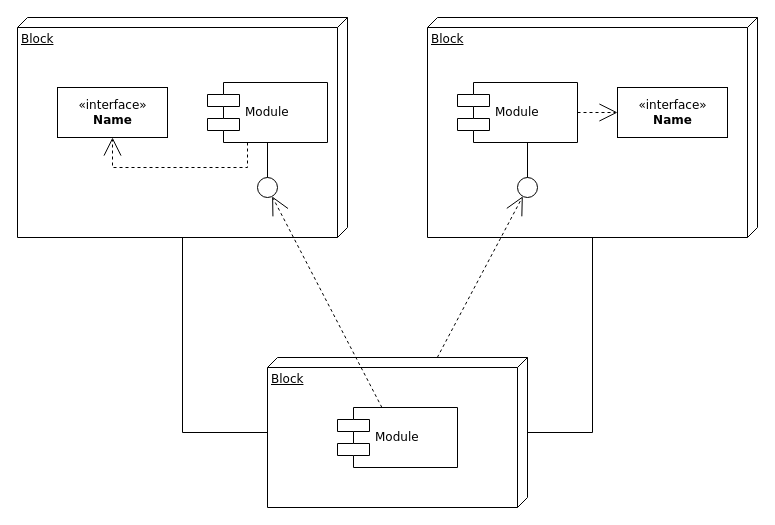
This is Diagrama sin título.drawio from Angie1469/Proyecto, a draw.io file, before an edit. Source tidied: cells renumbered, new cells numbered last; positions are measured from the earlier drawing's top-left corner, leaving out a move shared by most shapes. Both pictures are drawn from the tidied source at 100%, with x=0, y=0 at pixel (17, 17).
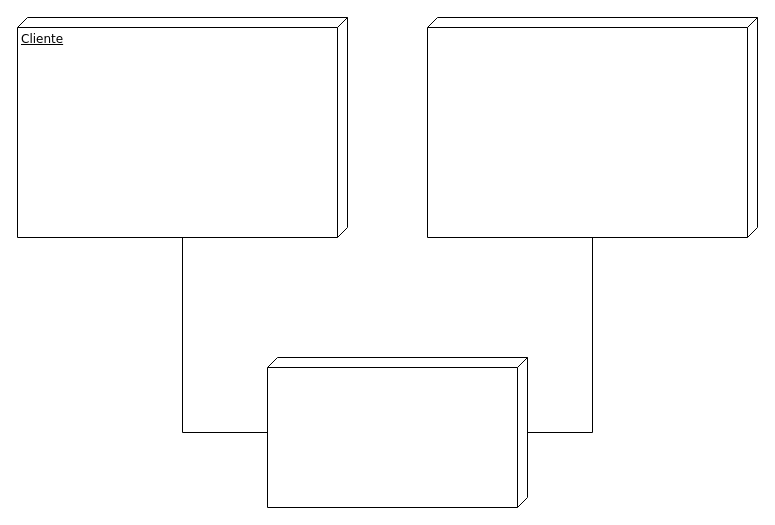
Above is the later version.

Commit message:
Actualizar Diagrama despliegue.drawio

Diff of the diagram source:
```diff
@@
-    <mxCell id="2" value="Block" style="verticalAlign=top;align=left;spacingTop=8;spacingLeft=2;spacingRight=12;shape=cube;size=10;direction=south;fontStyle=4;html=1;rounded=0;shadow=0;comic=0;labelBackgroundColor=none;strokeWidth=1;fontFamily=Verdana;fontSize=12;" parent="1" vertex="1">
+    <mxCell id="2" value="Cliente" style="verticalAlign=top;align=left;spacingTop=8;spacingLeft=2;spacingRight=12;shape=cube;size=10;direction=south;fontStyle=4;html=1;rounded=0;shadow=0;comic=0;labelBackgroundColor=none;strokeWidth=1;fontFamily=Verdana;fontSize=12;" parent="1" vertex="1">
       <mxGeometry width="330" height="220" as="geometry" />
     </mxCell>
-    <mxCell id="3" value="Block" style="verticalAlign=top;align=left;spacingTop=8;spacingLeft=2;spacingRight=12;shape=cube;size=10;direction=south;fontStyle=4;html=1;rounded=0;shadow=0;comic=0;labelBackgroundColor=none;strokeWidth=1;fontFamily=Verdana;fontSize=12;" parent="1" vertex="1">
+    <mxCell id="3" style="verticalAlign=top;align=left;spacingTop=8;spacingLeft=2;spacingRight=12;shape=cube;size=10;direction=south;fontStyle=4;html=1;rounded=0;shadow=0;comic=0;labelBackgroundColor=none;strokeWidth=1;fontFamily=Verdana;fontSize=12;" parent="1" vertex="1">
       <mxGeometry x="410" width="330" height="220" as="geometry" />
     </mxCell>
-    <mxCell id="4" value="Block" style="verticalAlign=top;align=left;spacingTop=8;spacingLeft=2;spacingRight=12;shape=cube;size=10;direction=south;fontStyle=4;html=1;rounded=0;shadow=0;comic=0;labelBackgroundColor=none;strokeWidth=1;fontFamily=Verdana;fontSize=12;" parent="1" vertex="1">
+    <mxCell id="4" style="verticalAlign=top;align=left;spacingTop=8;spacingLeft=2;spacingRight=12;shape=cube;size=10;direction=south;fontStyle=4;html=1;rounded=0;shadow=0;comic=0;labelBackgroundColor=none;strokeWidth=1;fontFamily=Verdana;fontSize=12;" parent="1" vertex="1">
       <mxGeometry x="250" y="340" width="260" height="150" as="geometry" />
     </mxCell>
-    <mxCell id="5" value="&amp;laquo;interface&amp;raquo;&lt;br&gt;&lt;b&gt;Name&lt;/b&gt;" style="html=1;rounded=0;shadow=0;comic=0;labelBackgroundColor=none;strokeWidth=1;fontFamily=Verdana;fontSize=12;align=center;" parent="1" vertex="1">
-      <mxGeometry x="40" y="70" width="110" height="50" as="geometry" />
-    </mxCell>
-    <mxCell id="6" value="Module" style="shape=component;align=left;spacingLeft=36;rounded=0;shadow=0;comic=0;labelBackgroundColor=none;strokeWidth=1;fontFamily=Verdana;fontSize=12;html=1;" parent="1" vertex="1">
-      <mxGeometry x="190" y="65" width="120" height="60" as="geometry" />
-    </mxCell>
-    <mxCell id="7" style="ellipse;whiteSpace=wrap;html=1;rounded=0;shadow=0;comic=0;labelBackgroundColor=none;strokeWidth=1;fontFamily=Verdana;fontSize=12;align=center;" parent="1" vertex="1">
-      <mxGeometry x="240" y="160" width="20" height="20" as="geometry" />
-    </mxCell>
-    <mxCell id="8" value="Module" style="shape=component;align=left;spacingLeft=36;rounded=0;shadow=0;comic=0;labelBackgroundColor=none;strokeWidth=1;fontFamily=Verdana;fontSize=12;html=1;" parent="1" vertex="1">
-      <mxGeometry x="440" y="65" width="120" height="60" as="geometry" />
-    </mxCell>
-    <mxCell id="9" value="&amp;laquo;interface&amp;raquo;&lt;br&gt;&lt;b&gt;Name&lt;/b&gt;" style="html=1;rounded=0;shadow=0;comic=0;labelBackgroundColor=none;strokeWidth=1;fontFamily=Verdana;fontSize=12;align=center;" parent="1" vertex="1">
-      <mxGeometry x="600" y="70" width="110" height="50" as="geometry" />
-    </mxCell>
-    <mxCell id="10" style="ellipse;whiteSpace=wrap;html=1;rounded=0;shadow=0;comic=0;labelBackgroundColor=none;strokeWidth=1;fontFamily=Verdana;fontSize=12;align=center;" parent="1" vertex="1">
-      <mxGeometry x="500" y="160" width="20" height="20" as="geometry" />
-    </mxCell>
-    <mxCell id="11" value="Module" style="shape=component;align=left;spacingLeft=36;rounded=0;shadow=0;comic=0;labelBackgroundColor=none;strokeWidth=1;fontFamily=Verdana;fontSize=12;html=1;" parent="1" vertex="1">
-      <mxGeometry x="320" y="390" width="120" height="60" as="geometry" />
-    </mxCell>
-    <mxCell id="12" style="edgeStyle=none;rounded=0;html=1;dashed=1;labelBackgroundColor=none;startArrow=none;startFill=0;startSize=8;endArrow=open;endFill=0;endSize=16;fontFamily=Verdana;fontSize=12;" parent="1" edge="1" source="11" target="7">
-      <mxGeometry relative="1" as="geometry" />
-    </mxCell>
-    <mxCell id="13" style="edgeStyle=none;rounded=0;html=1;dashed=1;labelBackgroundColor=none;startArrow=none;startFill=0;startSize=8;endArrow=open;endFill=0;endSize=16;fontFamily=Verdana;fontSize=12;" parent="1" edge="1" source="4" target="10">
-      <mxGeometry relative="1" as="geometry" />
-    </mxCell>
-    <mxCell id="14" style="edgeStyle=elbowEdgeStyle;rounded=0;html=1;labelBackgroundColor=none;startArrow=none;startFill=0;startSize=8;endArrow=none;endFill=0;endSize=16;fontFamily=Verdana;fontSize=12;" parent="1" edge="1" source="10" target="8">
-      <mxGeometry relative="1" as="geometry" />
-    </mxCell>
-    <mxCell id="15" style="edgeStyle=elbowEdgeStyle;rounded=0;html=1;labelBackgroundColor=none;startArrow=none;startFill=0;startSize=8;endArrow=none;endFill=0;endSize=16;fontFamily=Verdana;fontSize=12;" parent="1" edge="1" source="7" target="6">
-      <mxGeometry relative="1" as="geometry" />
-    </mxCell>
-    <mxCell id="16" style="edgeStyle=orthogonalEdgeStyle;rounded=0;html=1;labelBackgroundColor=none;startArrow=none;startFill=0;startSize=8;endArrow=open;endFill=0;endSize=16;fontFamily=Verdana;fontSize=12;dashed=1;" parent="1" edge="1" source="6" target="5">
-      <mxGeometry relative="1" as="geometry">
-        <Array as="points">
-          <mxPoint x="230" y="150" />
-          <mxPoint x="95" y="150" />
-        </Array>
-      </mxGeometry>
-    </mxCell>
-    <mxCell id="17" style="edgeStyle=orthogonalEdgeStyle;rounded=0;html=1;dashed=1;labelBackgroundColor=none;startArrow=none;startFill=0;startSize=8;endArrow=open;endFill=0;endSize=16;fontFamily=Verdana;fontSize=12;" parent="1" edge="1" source="8" target="9">
-      <mxGeometry relative="1" as="geometry" />
-    </mxCell>
```
